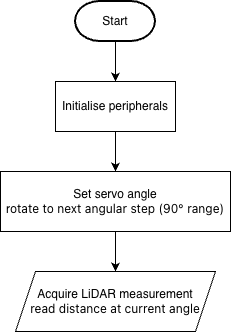
Above: flowcharts/slave_collision_new.drawio.png in bryanli-ucl/AIPS (draw.io), before the change. Source tidied: cells renumbered, new cells last; positions are measured from the earlier drawing's top-left corner, leaving out a move shared by most shapes.
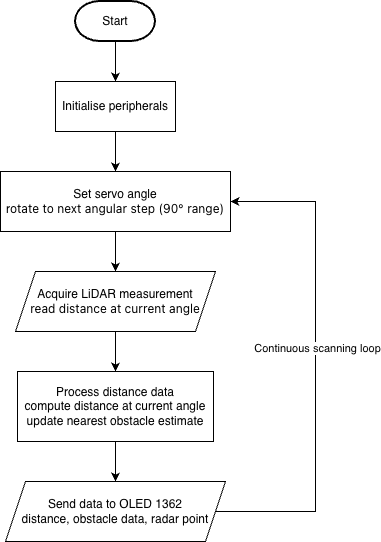
The same file after the commit.

Change to the diagram source:
```diff
@@ -20,8 +20,33 @@
     <mxCell id="7" value="Set servo angle&lt;div style=&quot;text-align: center;&quot;&gt;&lt;span style=&quot;text-align: start; background-color: transparent; color: light-dark(rgb(0, 0, 0), rgb(255, 255, 255));&quot;&gt;r&lt;/span&gt;&lt;span style=&quot;font-family: &amp;quot;Anthropic Sans&amp;quot;, -apple-system, &amp;quot;system-ui&amp;quot;, &amp;quot;Segoe UI&amp;quot;, sans-serif; text-align: start; text-wrap-mode: nowrap; background-color: transparent; color: light-dark(rgb(0, 0, 0), rgb(255, 255, 255));&quot;&gt;otate to next angular step (90° range)&lt;/span&gt;&lt;/div&gt;" style="rounded=0;whiteSpace=wrap;html=1;" parent="1" vertex="1">
       <mxGeometry y="170" width="230" height="60" as="geometry" />
     </mxCell>
+    <mxCell id="9" style="edgeStyle=orthogonalEdgeStyle;rounded=0;jettySize=auto;html=1;entryX=0.5;entryY=0;entryDx=0;entryDy=0;" parent="1" edge="1" source="8" target="11">
+      <mxGeometry relative="1" as="geometry" />
+    </mxCell>
     <mxCell id="8" value="Acquire LiDAR measurement&lt;div&gt;&lt;span style=&quot;font-family: &amp;quot;Anthropic Sans&amp;quot;, -apple-system, &amp;quot;system-ui&amp;quot;, &amp;quot;Segoe UI&amp;quot;, sans-serif; text-align: start; text-wrap-mode: nowrap;&quot;&gt;read distance at current angle&lt;/span&gt;&lt;/div&gt;" style="shape=parallelogram;perimeter=parallelogramPerimeter;whiteSpace=wrap;html=1;fixedSize=1;" parent="1" vertex="1">
       <mxGeometry x="15" y="270" width="200" height="60" as="geometry" />
     </mxCell>
+    <mxCell id="10" style="edgeStyle=orthogonalEdgeStyle;rounded=0;jettySize=auto;html=1;entryX=0.5;entryY=0;entryDx=0;entryDy=0;" parent="1" edge="1" source="11" target="14">
+      <mxGeometry relative="1" as="geometry" />
+    </mxCell>
+    <mxCell id="11" value="Process distance data&lt;div&gt;&lt;/div&gt;&lt;div&gt;&lt;/div&gt;&lt;div&gt;compute distance at current angle&lt;/div&gt;&lt;div&gt;update nearest obstacle estimate&lt;/div&gt;" style="rounded=0;whiteSpace=wrap;html=1;" parent="1" vertex="1">
+      <mxGeometry x="17" y="370" width="196" height="70" as="geometry" />
+    </mxCell>
+    <mxCell id="12" style="edgeStyle=orthogonalEdgeStyle;rounded=0;jettySize=auto;html=1;entryX=1;entryY=0.5;entryDx=0;entryDy=0;" parent="1" edge="1" source="14" target="7">
+      <mxGeometry relative="1" as="geometry">
+        <Array as="points">
+          <mxPoint x="315" y="510" />
+          <mxPoint x="315" y="200" />
+        </Array>
+      </mxGeometry>
+    </mxCell>
+    <mxCell id="13" value="Continuous scanning loop" style="edgeLabel;html=1;align=center;verticalAlign=middle;" parent="12" vertex="1">
+      <mxGeometry x="0.07" y="-1" relative="1" as="geometry">
+        <mxPoint y="1" as="offset" />
+      </mxGeometry>
+    </mxCell>
+    <mxCell id="14" value="Send data to OLED 1362&lt;div&gt;distance, obstacle data, radar point&lt;/div&gt;" style="shape=parallelogram;perimeter=parallelogramPerimeter;whiteSpace=wrap;html=1;fixedSize=1;" parent="1" vertex="1">
+      <mxGeometry x="5" y="480" width="220" height="60" as="geometry" />
+    </mxCell>
   </root>
 </mxGraphModel>
```
